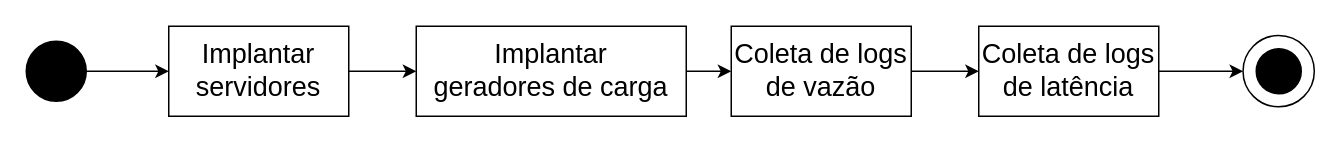
Before: diagrams/experiment-steps.drawio in tonussi/hermes-bkp, a draw.io diagram. Source tidied: cells renumbered, new cells numbered last; positions are measured from the earlier drawing's top-left corner, leaving out a move shared by most shapes. Both pictures are drawn from the tidied source at 150%, with x=0, y=0 at pixel (26, 26).
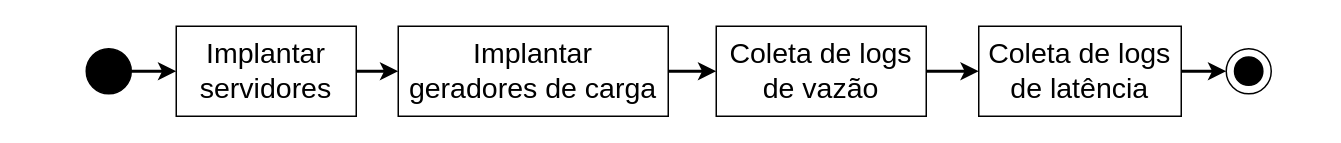
The same page after the edit.

Change to the diagram source:
```diff
@@
 <mxGraphModel>
   <root>
     <mxCell id="0" />
     <mxCell id="1" parent="0" />
-    <mxCell id="2" style="edgeStyle=orthogonalEdgeStyle;rounded=0;jettySize=auto;html=1;" parent="1" edge="1" source="3" target="5">
+    <mxCell id="2" style="edgeStyle=orthogonalEdgeStyle;rounded=0;jettySize=auto;html=1;entryX=0;entryY=0.5;entryDx=0;entryDy=0;fontFamily=Helvetica;fontSize=19;strokeWidth=2;" parent="1" edge="1" source="3" target="5">
       <mxGeometry relative="1" as="geometry" />
     </mxCell>
-    <mxCell id="3" value="Implantar&lt;br style=&quot;font-size: 18px;&quot;&gt;servidores" style="rounded=0;whiteSpace=wrap;html=1;fontSize=18;flipH=1;" parent="1" vertex="1">
-      <mxGeometry x="95" width="120" height="60" as="geometry" />
+    <mxCell id="3" value="Implantar&lt;br style=&quot;font-size: 19px;&quot;&gt;servidores" style="rounded=0;whiteSpace=wrap;html=1;fontSize=19;flipH=1;" parent="1" vertex="1">
+      <mxGeometry x="100" width="120" height="60" as="geometry" />
     </mxCell>
-    <mxCell id="4" style="edgeStyle=orthogonalEdgeStyle;rounded=0;jettySize=auto;html=1;" parent="1" edge="1" source="5" target="7">
+    <mxCell id="4" style="edgeStyle=orthogonalEdgeStyle;rounded=0;jettySize=auto;html=1;strokeColor=#000000;strokeWidth=2;fontFamily=Helvetica;fontSize=19;" parent="1" edge="1" source="5" target="7">
       <mxGeometry relative="1" as="geometry" />
     </mxCell>
-    <mxCell id="5" value="Implantar&lt;br style=&quot;font-size: 18px;&quot;&gt;geradores de carga" style="rounded=0;whiteSpace=wrap;html=1;fontSize=18;flipH=1;" parent="1" vertex="1">
-      <mxGeometry x="260" width="180" height="60" as="geometry" />
+    <mxCell id="5" value="Implantar&lt;br style=&quot;font-size: 19px;&quot;&gt;geradores de carga" style="rounded=0;whiteSpace=wrap;html=1;fontSize=19;flipH=1;" parent="1" vertex="1">
+      <mxGeometry x="248" width="180" height="60" as="geometry" />
     </mxCell>
-    <mxCell id="6" style="edgeStyle=orthogonalEdgeStyle;rounded=0;jettySize=auto;html=1;" parent="1" edge="1" source="7" target="9">
+    <mxCell id="6" style="edgeStyle=orthogonalEdgeStyle;rounded=0;jettySize=auto;html=1;strokeColor=#000000;strokeWidth=2;fontFamily=Helvetica;fontSize=19;" parent="1" edge="1" source="7" target="9">
       <mxGeometry relative="1" as="geometry" />
     </mxCell>
-    <mxCell id="7" value="Coleta de logs&lt;br style=&quot;font-size: 18px;&quot;&gt;de vazão" style="rounded=0;whiteSpace=wrap;html=1;fontSize=18;flipH=1;" parent="1" vertex="1">
-      <mxGeometry x="470" width="120" height="60" as="geometry" />
+    <mxCell id="7" value="Coleta de logs&lt;br style=&quot;font-size: 19px;&quot;&gt;de vazão" style="rounded=0;whiteSpace=wrap;html=1;fontSize=19;flipH=1;" parent="1" vertex="1">
+      <mxGeometry x="460" width="140" height="60" as="geometry" />
     </mxCell>
-    <mxCell id="8" style="edgeStyle=orthogonalEdgeStyle;rounded=0;jettySize=auto;html=1;" parent="1" edge="1" source="9" target="14">
+    <mxCell id="8" style="edgeStyle=orthogonalEdgeStyle;rounded=0;jettySize=auto;html=1;entryX=0;entryY=0.5;entryDx=0;entryDy=0;strokeColor=#000000;strokeWidth=2;fontFamily=Helvetica;fontSize=19;" parent="1" edge="1" source="9" target="14">
       <mxGeometry relative="1" as="geometry" />
     </mxCell>
-    <mxCell id="9" value="Coleta de logs&lt;br style=&quot;font-size: 18px;&quot;&gt;de latência" style="rounded=0;whiteSpace=wrap;html=1;fontSize=18;flipH=1;" parent="1" vertex="1">
-      <mxGeometry x="635" width="120" height="60" as="geometry" />
+    <mxCell id="9" value="Coleta de logs&lt;br style=&quot;font-size: 19px;&quot;&gt;de latência" style="rounded=0;whiteSpace=wrap;html=1;fontSize=19;flipH=1;" parent="1" vertex="1">
+      <mxGeometry x="635" width="135" height="60" as="geometry" />
     </mxCell>
-    <mxCell id="10" style="edgeStyle=orthogonalEdgeStyle;rounded=0;jettySize=auto;html=1;" parent="1" edge="1" source="11" target="3">
+    <mxCell id="10" style="edgeStyle=orthogonalEdgeStyle;rounded=0;jettySize=auto;html=1;strokeColor=#000000;strokeWidth=2;fontFamily=Helvetica;fontSize=19;" parent="1" edge="1" source="11" target="3">
       <mxGeometry relative="1" as="geometry" />
     </mxCell>
-    <mxCell id="11" style="ellipse;whiteSpace=wrap;html=1;fillColor=#000000;flipH=1;" parent="1" vertex="1">
-      <mxGeometry y="10" width="40" height="40" as="geometry" />
+    <mxCell id="11" style="ellipse;whiteSpace=wrap;html=1;fillColor=#000000;flipH=1;fontSize=19;" parent="1" vertex="1">
+      <mxGeometry x="40" y="15" width="30" height="30" as="geometry" />
     </mxCell>
-    <mxCell id="12" style="group;flipH=1;" parent="1" vertex="1">
-      <mxGeometry x="811.2" y="6.2" width="47.5" height="47.5" as="geometry" />
+    <mxCell id="12" style="group;flipH=1;fontSize=19;" parent="1" vertex="1">
+      <mxGeometry x="800" y="15" width="30" height="30" as="geometry" />
     </mxCell>
-    <mxCell id="13" style="ellipse;whiteSpace=wrap;html=1;fillColor=#000000;" parent="12" vertex="1">
-      <mxGeometry x="8.8" y="8.8" width="30" height="30" as="geometry" />
+    <mxCell id="13" style="ellipse;whiteSpace=wrap;html=1;fillColor=#000000;fontSize=19;" parent="12" vertex="1">
+      <mxGeometry x="5.5" y="5.5" width="18.9" height="18.9" as="geometry" />
     </mxCell>
-    <mxCell id="14" style="ellipse;whiteSpace=wrap;html=1;fillColor=none;" parent="12" vertex="1">
-      <mxGeometry width="47.5" height="47.5" as="geometry" />
+    <mxCell id="14" style="ellipse;whiteSpace=wrap;html=1;fillColor=none;fontSize=19;" parent="12" vertex="1">
+      <mxGeometry width="30" height="30" as="geometry" />
     </mxCell>
   </root>
 </mxGraphModel>
```
